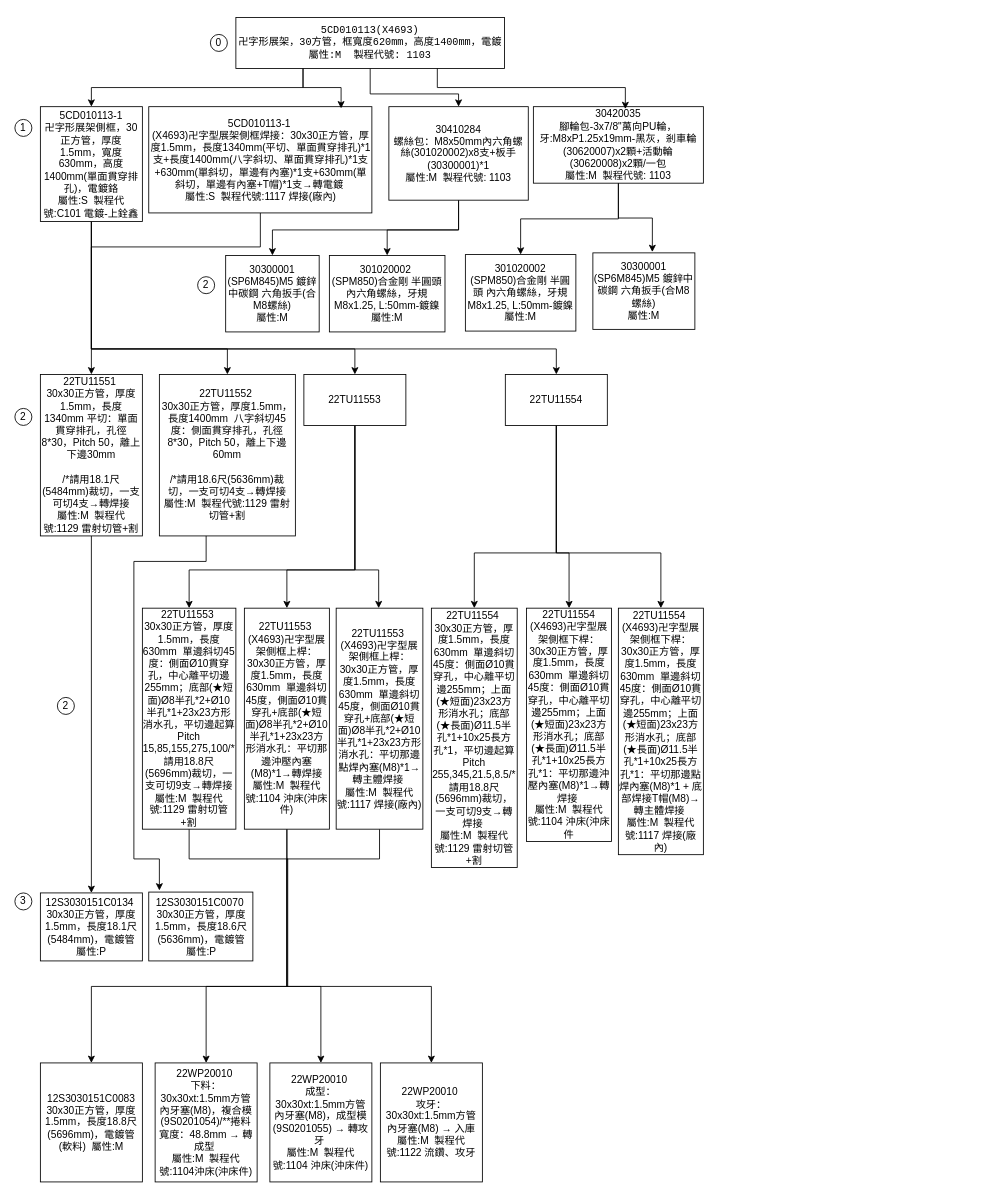
Earlier version of the draw.io diagram 未命名绘图.drawio (Bear9501/box-1). Source tidied: cells renumbered, new cells numbered last; positions are measured from the earlier drawing's top-left corner, leaving out a move shared by most shapes. Both pictures are drawn from the tidied source at 85%, with x=0, y=0 at pixel (14, 17).
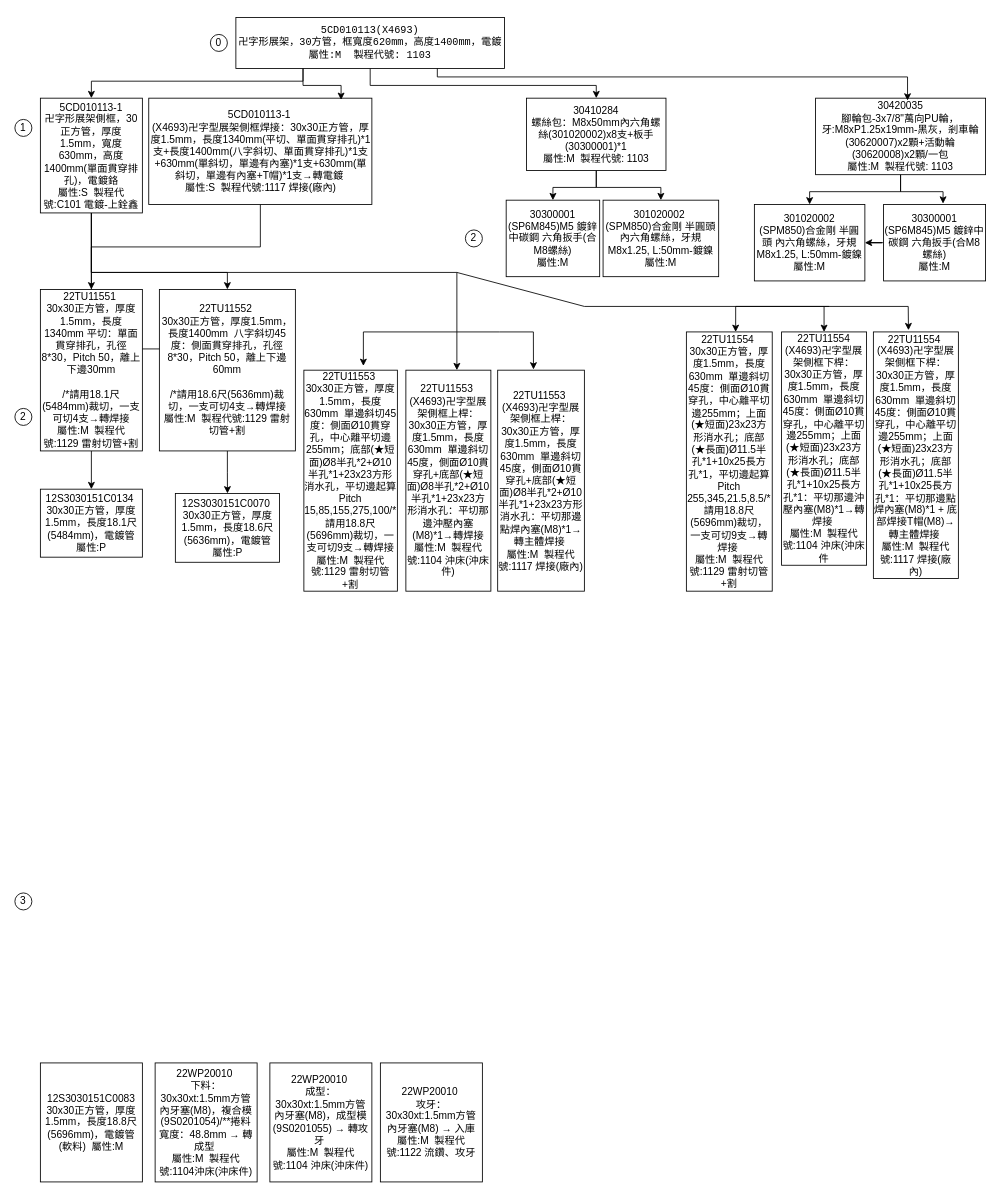
The same page after the edit.

Commit message (it also covers changes not shown here):
更新未命名绘图.drawio

The change refers to these unchanged cells:
```xml
<mxCell id="4" value="&lt;pre&gt;5CD010113(X4693)&lt;br&gt;卍字形展架，30方管，框寬度620mm，高度1400mm，電鍍&lt;br&gt;屬性:M&amp;nbsp; 製程代號: 1103&lt;/pre&gt;" style="rounded=0;whiteSpace=wrap;html=1;align=center;" parent="1" vertex="1">
  <mxGeometry x="260" width="316" height="60" as="geometry" />
</mxCell>
<mxCell id="45" value="12S3030151C0083&lt;div&gt;30x30正方管，厚度1.5mm，長度18.8尺(5696mm)，電鍍管(軟料)&amp;nbsp;&amp;nbsp;屬性:M&lt;br&gt;&lt;/div&gt;" style="rounded=0;whiteSpace=wrap;html=1;" parent="1" vertex="1">
  <mxGeometry x="30" y="1230" width="120" height="140" as="geometry" />
</mxCell>
<mxCell id="54" value="22WP20010&amp;nbsp;&lt;div&gt;下料：30x30xt:1.5mm方管內牙塞(M8)，複合模(9S0201054)/**捲料寬度：48.8mm → 轉成型&amp;nbsp;&lt;/div&gt;&lt;div&gt;屬性:M&amp;nbsp; 製程代號:1104沖床(沖床件)&lt;/div&gt;" style="rounded=0;whiteSpace=wrap;html=1;" parent="1" vertex="1">
  <mxGeometry x="165" y="1230" width="120" height="140" as="geometry" />
</mxCell>
<mxCell id="55" value="22WP20010&amp;nbsp;&lt;div&gt;成型：30x30xt:1.5mm方管內牙塞(M8)，成型模(9S0201055) → 轉攻牙&amp;nbsp;&lt;/div&gt;&lt;div&gt;屬性:M&amp;nbsp; 製程代號:1104 沖床(沖床件)&lt;/div&gt;" style="rounded=0;whiteSpace=wrap;html=1;" parent="1" vertex="1">
  <mxGeometry x="300" y="1230" width="120" height="140" as="geometry" />
</mxCell>
<mxCell id="56" value="22WP20010&amp;nbsp;&lt;div&gt;攻牙：30x30xt:1.5mm方管內牙塞(M8) → 入庫 屬性:M&amp;nbsp; 製程代號:1122 流鑽、攻牙&lt;/div&gt;" style="rounded=0;whiteSpace=wrap;html=1;" parent="1" vertex="1">
  <mxGeometry x="430" y="1230" width="120" height="140" as="geometry" />
</mxCell>
```

What changed in the source:
```diff
@@
     <mxCell id="2" style="edgeStyle=orthogonalEdgeStyle;rounded=0;jettySize=auto;html=1;exitX=0.25;exitY=1;exitDx=0;exitDy=0;entryX=0.5;entryY=0;entryDx=0;entryDy=0;" parent="1" edge="1" source="4" target="8">
-      <mxGeometry relative="1" as="geometry" />
+      <mxGeometry relative="1" as="geometry">
+        <Array as="points">
+          <mxPoint x="339" y="75" />
+          <mxPoint x="90" y="75" />
+        </Array>
+      </mxGeometry>
     </mxCell>
-    <mxCell id="3" style="edgeStyle=orthogonalEdgeStyle;rounded=0;jettySize=auto;html=1;entryX=0.5;entryY=0;entryDx=0;entryDy=0;" parent="1" edge="1" source="4" target="11">
+    <mxCell id="3" style="edgeStyle=orthogonalEdgeStyle;rounded=0;jettySize=auto;html=1;" parent="1" edge="1" source="4" target="11">
       <mxGeometry relative="1" as="geometry">
         <Array as="points">
-          <mxPoint x="418" y="90" />
-          <mxPoint x="522" y="90" />
+          <mxPoint x="418" y="80" />
+          <mxPoint x="684" y="80" />
         </Array>
       </mxGeometry>
     </mxCell>
@@
-    <mxCell id="5" style="edgeStyle=orthogonalEdgeStyle;rounded=0;jettySize=auto;html=1;" parent="1" edge="1" source="8" target="49">
-      <mxGeometry relative="1" as="geometry">
-        <Array as="points">
-          <mxPoint x="90" y="390" />
-          <mxPoint x="400" y="390" />
-        </Array>
-      </mxGeometry>
-    </mxCell>
-    <mxCell id="6" style="edgeStyle=orthogonalEdgeStyle;rounded=0;jettySize=auto;html=1;" parent="1" edge="1" source="8" target="53">
-      <mxGeometry relative="1" as="geometry">
-        <Array as="points">
-          <mxPoint x="90" y="390" />
-          <mxPoint x="637" y="390" />
-        </Array>
-      </mxGeometry>
-    </mxCell>
@@
+    <mxCell id="57" style="edgeStyle=orthogonalEdgeStyle;rounded=0;jettySize=auto;html=1;entryX=0.5;entryY=0;entryDx=0;entryDy=0;" parent="1" edge="1" source="8" target="21">
+      <mxGeometry relative="1" as="geometry">
+        <Array as="points">
+          <mxPoint x="90" y="300" />
+          <mxPoint x="250" y="300" />
+        </Array>
+      </mxGeometry>
+    </mxCell>
+    <mxCell id="58" style="edgeStyle=orthogonalEdgeStyle;rounded=0;jettySize=auto;html=1;" parent="1" edge="1" source="8" target="33">
+      <mxGeometry relative="1" as="geometry">
+        <Array as="points">
+          <mxPoint x="90" y="300" />
+          <mxPoint x="520" y="300" />
+        </Array>
+      </mxGeometry>
+    </mxCell>
     <mxCell id="8" value="5CD010113-1&lt;div&gt;卍字形展架側框，30正方管，厚度1.5mm，寬度630mm，高度1400mm(單面貫穿排孔)，電鍍鉻&lt;br&gt;&lt;/div&gt;&lt;div&gt;屬性:S&amp;nbsp; 製程代號:C101 電鍍-上銓鑫&lt;br&gt;&lt;/div&gt;" style="rounded=0;whiteSpace=wrap;html=1;" parent="1" vertex="1">
-      <mxGeometry x="30" y="105" width="120" height="135" as="geometry" />
+      <mxGeometry x="30" y="95" width="120" height="135" as="geometry" />
     </mxCell>
+    <mxCell id="10" style="edgeStyle=orthogonalEdgeStyle;rounded=0;jettySize=auto;html=1;entryX=0.5;entryY=0;entryDx=0;entryDy=0;" parent="1" edge="1" source="11" target="16">
+      <mxGeometry relative="1" as="geometry" />
+    </mxCell>
-    <mxCell id="9" style="edgeStyle=orthogonalEdgeStyle;rounded=0;jettySize=auto;html=1;" parent="1" edge="1" source="11" target="17">
-      <mxGeometry relative="1" as="geometry">
-        <Array as="points">
-          <mxPoint x="522" y="250" />
-          <mxPoint x="303" y="250" />
-        </Array>
-      </mxGeometry>
+    <mxCell id="9" style="edgeStyle=orthogonalEdgeStyle;rounded=0;jettySize=auto;html=1;entryX=0.5;entryY=0;entryDx=0;entryDy=0;" parent="1" edge="1" source="11" target="17">
+      <mxGeometry relative="1" as="geometry" />
     </mxCell>
-    <mxCell id="10" style="edgeStyle=orthogonalEdgeStyle;rounded=0;jettySize=auto;html=1;entryX=0.5;entryY=0;entryDx=0;entryDy=0;" parent="1" edge="1" source="11" target="16">
-      <mxGeometry relative="1" as="geometry">
-        <Array as="points">
-          <mxPoint x="522" y="250" />
-          <mxPoint x="438" y="250" />
-        </Array>
-      </mxGeometry>
-    </mxCell>
     <mxCell id="11" value="&lt;p&gt;30410284&lt;br&gt;螺絲包：M8x50mm內六角螺絲(301020002)x8支+板手(30300001)*1&lt;br&gt;屬性:M&amp;nbsp; 製程代號: 1103&lt;/p&gt;" style="rounded=0;whiteSpace=wrap;html=1;" parent="1" vertex="1">
-      <mxGeometry x="440" y="105" width="164" height="110" as="geometry" />
+      <mxGeometry x="602" y="95" width="164" height="85" as="geometry" />
     </mxCell>
@@
     <mxCell id="13" value="30420035&lt;div&gt;腳輪包-3x7/8&quot;萬向PU輪，牙:M8xP1.25x19mm-黑灰，剎車輪(30620007)x2顆+活動輪(30620008)x2顆/一包&lt;br&gt;&lt;/div&gt;&lt;div&gt;屬性:M&amp;nbsp; 製程代號: 1103&lt;br&gt;&lt;/div&gt;" style="rounded=0;whiteSpace=wrap;html=1;" parent="1" vertex="1">
-      <mxGeometry x="610" y="105" width="200" height="90" as="geometry" />
+      <mxGeometry x="942" y="95" width="200" height="90" as="geometry" />
     </mxCell>
     <mxCell id="14" value="301020002&lt;div&gt;(SPM850)合金剛 半圓頭 內六角螺絲，牙規M8x1.25, L:50mm-鍍鎳&lt;br&gt;&lt;/div&gt;&lt;div&gt;屬性:M&lt;br&gt;&lt;/div&gt;" style="rounded=0;whiteSpace=wrap;html=1;" parent="1" vertex="1">
-      <mxGeometry x="530" y="279" width="130" height="90" as="geometry" />
+      <mxGeometry x="870" y="220" width="130" height="90" as="geometry" />
     </mxCell>
+    <mxCell id="59" style="edgeStyle=orthogonalEdgeStyle;rounded=0;jettySize=auto;html=1;" parent="1" edge="1" source="15" target="14">
+      <mxGeometry relative="1" as="geometry" />
+    </mxCell>
     <mxCell id="15" value="30300001&lt;div&gt;(SP6M845)M5 鍍鋅中碳鋼 六角扳手(合M8螺絲)&lt;br&gt;&lt;/div&gt;&lt;div&gt;屬性:M&lt;br&gt;&lt;/div&gt;" style="rounded=0;whiteSpace=wrap;html=1;" parent="1" vertex="1">
-      <mxGeometry x="680" y="277" width="120" height="90" as="geometry" />
+      <mxGeometry x="1022" y="220" width="120" height="90" as="geometry" />
     </mxCell>
     <mxCell id="16" value="301020002&amp;nbsp;&lt;div&gt;(SPM850)合金剛 半圓頭 內六角螺絲，牙規M8x1.25, L:50mm-鍍鎳&lt;/div&gt;&lt;div&gt;屬性:M&lt;br&gt;&lt;/div&gt;" style="rounded=0;whiteSpace=wrap;html=1;" parent="1" vertex="1">
-      <mxGeometry x="370" y="280" width="136" height="90" as="geometry" />
+      <mxGeometry x="692" y="215" width="136" height="90" as="geometry" />
     </mxCell>
     <mxCell id="17" value="30300001 (SP6M845)M5 鍍鋅中碳鋼 六角扳手(合M8螺絲)&lt;div&gt;屬性:M&lt;br&gt;&lt;/div&gt;" style="rounded=0;whiteSpace=wrap;html=1;" parent="1" vertex="1">
-      <mxGeometry x="248" y="280" width="110" height="90" as="geometry" />
+      <mxGeometry x="578" y="215" width="110" height="90" as="geometry" />
     </mxCell>
@@
     <mxCell id="20" value="22TU11551&amp;nbsp;&lt;div&gt;30x30正方管，厚度1.5mm，長度1340mm 平切：單面貫穿排孔，孔徑8*30，Pitch 50，離上下邊30mm&lt;/div&gt;&lt;div&gt;&lt;br&gt;&lt;/div&gt;&lt;div&gt;/*&lt;span style=&quot;background-color: initial;&quot;&gt;請用18.1尺(5484mm)裁切，一支可切4支→轉焊接&lt;/span&gt;&lt;/div&gt;&lt;div&gt;&lt;span style=&quot;background-color: initial;&quot;&gt;屬性:M&amp;nbsp; 製程代號:1129 雷射切管+割&lt;/span&gt;&lt;/div&gt;" style="rounded=0;whiteSpace=wrap;html=1;" parent="1" vertex="1">
-      <mxGeometry x="30" y="420" width="120" height="190" as="geometry" />
+      <mxGeometry x="30" y="320" width="120" height="190" as="geometry" />
     </mxCell>
+    <mxCell id="36" style="edgeStyle=orthogonalEdgeStyle;rounded=0;jettySize=auto;html=1;" parent="1" edge="1" source="21" target="23">
+      <mxGeometry relative="1" as="geometry" />
+    </mxCell>
     <mxCell id="21" value="22TU11552&amp;nbsp;&lt;div&gt;30x30正方管，厚度1.5mm，長度1400mm&amp;nbsp; 八字斜切45度：側面貫穿排孔，孔徑8*30，Pitch 50，離上下邊60mm&lt;/div&gt;&lt;div&gt;&lt;br&gt;&lt;/div&gt;&lt;div&gt;/*&lt;span style=&quot;background-color: initial;&quot;&gt;請用18.6尺(5636mm)裁切，一支可切4支→轉焊接&lt;/span&gt;&lt;/div&gt;&lt;div&gt;&lt;span style=&quot;background-color: initial;&quot;&gt;屬性:M&amp;nbsp; 製程代號:1129 雷射切管+割&lt;/span&gt;&lt;/div&gt;" style="rounded=0;whiteSpace=wrap;html=1;" parent="1" vertex="1">
-      <mxGeometry x="170" y="420" width="160" height="190" as="geometry" />
+      <mxGeometry x="170" y="320" width="160" height="190" as="geometry" />
     </mxCell>
     <mxCell id="22" value="12S3030151C0134&amp;nbsp;&lt;div&gt;30x30正方管，厚度1.5mm，長度18.1尺(5484mm)，電鍍管&lt;/div&gt;&lt;div&gt;屬性:P&lt;/div&gt;" style="rounded=0;whiteSpace=wrap;html=1;align=center;" parent="1" vertex="1">
-      <mxGeometry x="30" y="1030" width="120" height="80" as="geometry" />
+      <mxGeometry x="30" y="555" width="120" height="80" as="geometry" />
     </mxCell>
     <mxCell id="23" value="12S3030151C0070&amp;nbsp;&lt;div&gt;30x30正方管，厚度1.5mm，長度18.6尺(5636mm)，電鍍管&lt;/div&gt;&lt;div&gt;屬性:P&lt;/div&gt;" style="rounded=0;whiteSpace=wrap;html=1;" parent="1" vertex="1">
-      <mxGeometry x="157.5" y="1029" width="122.5" height="81" as="geometry" />
+      <mxGeometry x="188.8" y="560" width="122.5" height="81" as="geometry" />
     </mxCell>
@@
     <mxCell id="26" value="2" style="ellipse;whiteSpace=wrap;html=1;" parent="1" vertex="1">
-      <mxGeometry x="215" y="305" width="20" height="20" as="geometry" />
+      <mxGeometry x="530" y="250" width="20" height="20" as="geometry" />
     </mxCell>
@@
-    <mxCell id="29" style="edgeStyle=orthogonalEdgeStyle;rounded=0;jettySize=auto;html=1;entryX=0.5;entryY=0;entryDx=0;entryDy=0;" parent="1" edge="1" source="30" target="45">
-      <mxGeometry relative="1" as="geometry">
-        <Array as="points">
-          <mxPoint x="205" y="990" />
-          <mxPoint x="321" y="990" />
-          <mxPoint x="321" y="1140" />
-          <mxPoint x="90" y="1140" />
-        </Array>
-      </mxGeometry>
-    </mxCell>
     <mxCell id="30" value="&lt;div&gt;22TU11553&amp;nbsp;&lt;/div&gt;&lt;div&gt;30x30正方管，厚度1.5mm，長度630mm&amp;nbsp; 單邊斜切45度：側面Ø10貫穿孔，中心離平切邊255mm；底部(★短面)Ø8半孔*2+Ø10半孔*1+23x23方形消水孔，平切邊起算Pitch 15,85,155,275,100/*請用18.8尺(5696mm)裁切，一支可切9支→轉焊接 屬性:M&amp;nbsp; 製程代號:1129 雷射切管+割&lt;/div&gt;" style="rounded=0;whiteSpace=wrap;html=1;align=center;" parent="1" vertex="1">
-      <mxGeometry x="150" y="695" width="110" height="260" as="geometry" />
+      <mxGeometry x="340" y="415" width="110" height="260" as="geometry" />
     </mxCell>
-    <mxCell id="31" style="edgeStyle=orthogonalEdgeStyle;rounded=0;jettySize=auto;html=1;entryX=0.5;entryY=0;entryDx=0;entryDy=0;" parent="1" edge="1" source="33" target="56">
-      <mxGeometry relative="1" as="geometry">
-        <Array as="points">
-          <mxPoint x="320" y="1140" />
-          <mxPoint x="490" y="1140" />
-        </Array>
-      </mxGeometry>
-    </mxCell>
-    <mxCell id="32" style="edgeStyle=orthogonalEdgeStyle;rounded=0;jettySize=auto;html=1;entryX=0.5;entryY=0;entryDx=0;entryDy=0;" parent="1" edge="1" source="33" target="54">
-      <mxGeometry relative="1" as="geometry">
-        <Array as="points">
-          <mxPoint x="320" y="1140" />
-          <mxPoint x="225" y="1140" />
-        </Array>
-      </mxGeometry>
-    </mxCell>
     <mxCell id="33" value="22TU11553&amp;nbsp;&lt;div&gt;(X4693)卍字型展架側框上桿：30x30正方管，厚度1.5mm，長度630mm&amp;nbsp; 單邊斜切45度，側面Ø10貫穿孔+底部(★短面)Ø8半孔*2+Ø10半孔*1+23x23方形消水孔：平切那邊沖壓內塞(M8)*1→轉焊接 屬性:M&amp;nbsp; 製程代號:1104 沖床(沖床件)&lt;/div&gt;" style="rounded=0;whiteSpace=wrap;html=1;" parent="1" vertex="1">
-      <mxGeometry x="270" y="695" width="100" height="260" as="geometry" />
+      <mxGeometry x="460" y="415" width="100" height="260" as="geometry" />
     </mxCell>
-    <mxCell id="34" style="edgeStyle=orthogonalEdgeStyle;rounded=0;jettySize=auto;html=1;entryX=0.5;entryY=0;entryDx=0;entryDy=0;" parent="1" edge="1" source="35" target="55">
-      <mxGeometry relative="1" as="geometry">
-        <Array as="points">
-          <mxPoint x="429" y="990" />
-          <mxPoint x="320" y="990" />
-          <mxPoint x="320" y="1140" />
-          <mxPoint x="360" y="1140" />
-        </Array>
-      </mxGeometry>
-    </mxCell>
     <mxCell id="35" value="22TU11553&amp;nbsp;&lt;div&gt;(X4693)卍字型展架側框上桿：30x30正方管，厚度1.5mm，長度630mm&amp;nbsp; 單邊斜切45度，側面Ø10貫穿孔+底部(★短面)Ø8半孔*2+Ø10半孔*1+23x23方形消水孔：平切那邊點焊內塞(M8)*1→轉主體焊接&amp;nbsp;&lt;/div&gt;&lt;div&gt;屬性:M&amp;nbsp; 製程代號:1117 焊接(廠內)&lt;/div&gt;" style="rounded=0;whiteSpace=wrap;html=1;" parent="1" vertex="1">
-      <mxGeometry x="378" y="695" width="102" height="260" as="geometry" />
+      <mxGeometry x="568" y="415" width="102" height="260" as="geometry" />
     </mxCell>
-    <mxCell id="36" style="edgeStyle=orthogonalEdgeStyle;rounded=0;jettySize=auto;html=1;entryX=0.102;entryY=-0.023;entryDx=0;entryDy=0;entryPerimeter=0;" parent="1" edge="1" source="21" target="23">
-      <mxGeometry relative="1" as="geometry">
-        <Array as="points">
-          <mxPoint x="225" y="640" />
-          <mxPoint x="140" y="640" />
-          <mxPoint x="140" y="990" />
-          <mxPoint x="170" y="990" />
-        </Array>
-      </mxGeometry>
-    </mxCell>
@@
     <mxCell id="38" value="5CD010113-1&amp;nbsp;&lt;div&gt;(X4693)卍字型展架側框焊接：30x30正方管，厚度1.5mm，長度1340mm(平切、單面貫穿排孔)*1支+長度1400mm(八字斜切、單面貫穿排孔)*1支+630mm(單斜切，單邊有內塞)*1支+630mm(單斜切，單邊有內塞+T帽)*1支→轉電鍍&amp;nbsp;&lt;/div&gt;&lt;div&gt;屬性:S&amp;nbsp; 製程代號:1117 焊接(廠內)&lt;/div&gt;" style="rounded=0;whiteSpace=wrap;html=1;" parent="1" vertex="1">
-      <mxGeometry x="157.5" y="105" width="262.5" height="125" as="geometry" />
+      <mxGeometry x="157.5" y="95" width="262.5" height="125" as="geometry" />
     </mxCell>
@@
     <mxCell id="40" style="edgeStyle=orthogonalEdgeStyle;rounded=0;jettySize=auto;html=1;exitX=0.75;exitY=1;exitDx=0;exitDy=0;entryX=0.541;entryY=0.031;entryDx=0;entryDy=0;entryPerimeter=0;" parent="1" edge="1" source="4" target="13">
-      <mxGeometry relative="1" as="geometry" />
+      <mxGeometry relative="1" as="geometry">
+        <Array as="points">
+          <mxPoint x="497" y="70" />
+          <mxPoint x="1050" y="70" />
+        </Array>
+      </mxGeometry>
     </mxCell>
     <mxCell id="41" value="&lt;div&gt;22TU11554&amp;nbsp;&lt;/div&gt;&lt;div&gt;30x30正方管，厚度1.5mm，長度630mm&amp;nbsp; 單邊斜切45度：側面Ø10貫穿孔，中心離平切邊255mm；上面(★短面)23x23方形消水孔；底部(★長面)Ø11.5半孔*1+10x25長方孔*1，平切邊起算Pitch 255,345,21.5,8.5/*請用18.8尺(5696mm)裁切，一支可切9支→轉焊接&amp;nbsp;&lt;/div&gt;&lt;div&gt;屬性:M&amp;nbsp; 製程代號:1129 雷射切管+割&lt;/div&gt;" style="rounded=0;whiteSpace=wrap;html=1;" parent="1" vertex="1">
-      <mxGeometry x="490" y="695" width="101" height="305" as="geometry" />
+      <mxGeometry x="790" y="370" width="101" height="305" as="geometry" />
     </mxCell>
     <mxCell id="42" value="&lt;div&gt;22TU11554 (X4693)卍字型展架側框下桿：30x30正方管，厚度1.5mm，長度630mm&amp;nbsp; 單邊斜切45度：側面Ø10貫穿孔，中心離平切邊255mm；上面(★短面)23x23方形消水孔；底部(★長面)Ø11.5半孔*1+10x25長方孔*1：平切那邊沖壓內塞(M8)*1→轉焊接&amp;nbsp;&lt;/div&gt;&lt;div&gt;屬性:M&amp;nbsp; 製程代號:1104 沖床(沖床件&lt;/div&gt;" style="rounded=0;whiteSpace=wrap;html=1;" parent="1" vertex="1">
-      <mxGeometry x="602" y="695" width="100" height="274.5" as="geometry" />
+      <mxGeometry x="902" y="370" width="100" height="274.5" as="geometry" />
     </mxCell>
     <mxCell id="43" value="22TU11554&amp;nbsp;&lt;div&gt;(X4693)卍字型展架側框下桿：30x30正方管，厚度1.5mm，長度630mm&amp;nbsp; 單邊斜切45度：側面Ø10貫穿孔，中心離平切邊255mm；上面(★短面)23x23方形消水孔；底部(★長面)Ø11.5半孔*1+10x25長方孔*1：平切那邊點焊內塞(M8)*1 + 底部焊接T帽(M8)→轉主體焊接&amp;nbsp;&lt;/div&gt;&lt;div&gt;屬性:M&amp;nbsp; 製程代號:1117 焊接(廠內)&lt;/div&gt;" style="rounded=0;whiteSpace=wrap;html=1;" parent="1" vertex="1">
-      <mxGeometry x="710" y="695" width="100" height="290" as="geometry" />
+      <mxGeometry x="1010" y="370" width="100" height="290" as="geometry" />
     </mxCell>
-    <mxCell id="44" value="2" style="ellipse;whiteSpace=wrap;html=1;" parent="1" vertex="1">
-      <mxGeometry x="50" y="800" width="20" height="20" as="geometry" />
-    </mxCell>
@@
-    <mxCell id="46" style="edgeStyle=orthogonalEdgeStyle;rounded=0;jettySize=auto;html=1;entryX=0.5;entryY=0;entryDx=0;entryDy=0;" parent="1" edge="1" source="49" target="30">
-      <mxGeometry relative="1" as="geometry">
-        <Array as="points">
-          <mxPoint x="400" y="650" />
-          <mxPoint x="205" y="650" />
-        </Array>
-      </mxGeometry>
-    </mxCell>
-    <mxCell id="47" style="edgeStyle=orthogonalEdgeStyle;rounded=0;jettySize=auto;html=1;" parent="1" edge="1" source="49" target="35">
-      <mxGeometry relative="1" as="geometry">
-        <Array as="points">
-          <mxPoint x="400" y="650" />
-          <mxPoint x="428" y="650" />
-        </Array>
-      </mxGeometry>
-    </mxCell>
-    <mxCell id="48" style="edgeStyle=orthogonalEdgeStyle;rounded=0;jettySize=auto;html=1;entryX=0.5;entryY=0;entryDx=0;entryDy=0;" parent="1" edge="1" source="49" target="33">
-      <mxGeometry relative="1" as="geometry">
-        <Array as="points">
-          <mxPoint x="400" y="650" />
-          <mxPoint x="320" y="650" />
-        </Array>
-      </mxGeometry>
-    </mxCell>
-    <mxCell id="49" value="22TU11553" style="rounded=0;whiteSpace=wrap;html=1;" parent="1" vertex="1">
-      <mxGeometry x="340" y="420" width="120" height="60" as="geometry" />
-    </mxCell>
-    <mxCell id="50" style="edgeStyle=orthogonalEdgeStyle;rounded=0;jettySize=auto;html=1;entryX=0.5;entryY=0;entryDx=0;entryDy=0;" parent="1" edge="1" source="53" target="42">
-      <mxGeometry relative="1" as="geometry">
-        <Array as="points">
-          <mxPoint x="637" y="630" />
-          <mxPoint x="652" y="630" />
-        </Array>
-      </mxGeometry>
-    </mxCell>
-    <mxCell id="51" style="edgeStyle=orthogonalEdgeStyle;rounded=0;jettySize=auto;html=1;" parent="1" edge="1" source="53" target="43">
-      <mxGeometry relative="1" as="geometry">
-        <Array as="points">
-          <mxPoint x="637" y="630" />
-          <mxPoint x="760" y="630" />
-        </Array>
-      </mxGeometry>
-    </mxCell>
-    <mxCell id="52" style="edgeStyle=orthogonalEdgeStyle;rounded=0;jettySize=auto;html=1;entryX=0.5;entryY=0;entryDx=0;entryDy=0;" parent="1" edge="1" source="53" target="41">
-      <mxGeometry relative="1" as="geometry">
-        <Array as="points">
-          <mxPoint x="637" y="630" />
-          <mxPoint x="541" y="630" />
-        </Array>
-      </mxGeometry>
-    </mxCell>
-    <mxCell id="53" value="22TU11554" style="rounded=0;whiteSpace=wrap;html=1;" parent="1" vertex="1">
-      <mxGeometry x="577" y="420" width="120" height="60" as="geometry" />
-    </mxCell>
@@
+    <mxCell id="60" style="endArrow=classic;html=1;rounded=0;entryX=0.413;entryY=-0.007;entryDx=0;entryDy=0;entryPerimeter=0;" parent="1" edge="1" target="43">
+      <mxGeometry relative="1" as="geometry">
+        <mxPoint x="952" y="340" as="sourcePoint" />
+        <Array as="points">
+          <mxPoint x="1051" y="340" />
+        </Array>
+      </mxGeometry>
+    </mxCell>
+    <mxCell id="61" style="endArrow=classic;html=1;rounded=0;entryX=0.574;entryY=0;entryDx=0;entryDy=0;entryPerimeter=0;" parent="1" edge="1" target="41">
+      <mxGeometry relative="1" as="geometry">
+        <mxPoint x="958" y="340" as="sourcePoint" />
+        <Array as="points">
+          <mxPoint x="848" y="340" />
+        </Array>
+      </mxGeometry>
+    </mxCell>
+    <mxCell id="62" style="endArrow=classic;html=1;rounded=0;entryX=0.413;entryY=-0.003;entryDx=0;entryDy=0;entryPerimeter=0;" parent="1" edge="1" target="35">
+      <mxGeometry relative="1" as="geometry">
+        <mxPoint x="520" y="370" as="sourcePoint" />
+        <Array as="points">
+          <mxPoint x="570" y="370" />
+          <mxPoint x="610" y="370" />
+        </Array>
+      </mxGeometry>
+    </mxCell>
+    <mxCell id="63" style="endArrow=classic;html=1;rounded=0;" parent="1" edge="1">
+      <mxGeometry relative="1" as="geometry">
+        <mxPoint x="520" y="370" as="sourcePoint" />
+        <mxPoint x="410" y="410" as="targetPoint" />
+        <Array as="points">
+          <mxPoint x="410" y="370" />
+        </Array>
+      </mxGeometry>
+    </mxCell>
+    <mxCell id="64" style="endArrow=classic;html=1;rounded=0;entryX=0.5;entryY=0;entryDx=0;entryDy=0;" parent="1" edge="1" target="42">
+      <mxGeometry relative="1" as="geometry">
+        <mxPoint x="520" y="300" as="sourcePoint" />
+        <Array as="points">
+          <mxPoint x="670" y="340" />
+          <mxPoint x="952" y="340" />
+        </Array>
+      </mxGeometry>
+    </mxCell>
```
